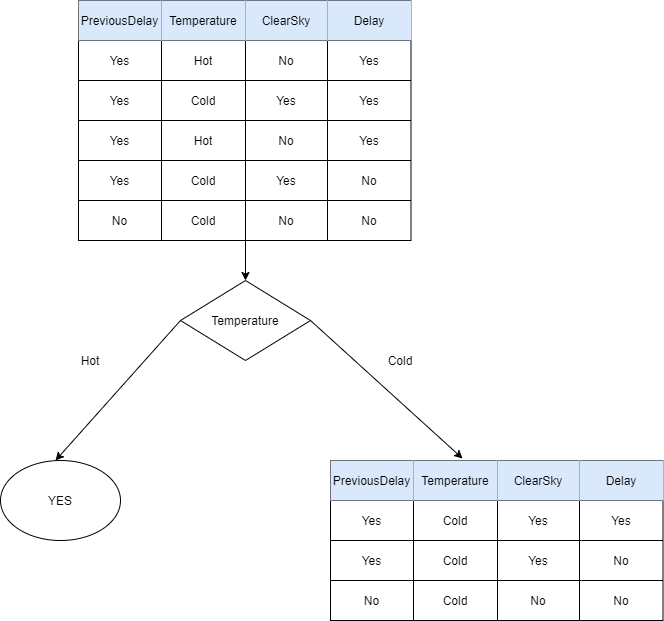
Above: toyexample_decisiontree_2.png in drminix/images (draw.io), before the change. Source tidied: cells renumbered, new cells last; positions are measured from the earlier drawing's top-left corner, leaving out a move shared by most shapes.
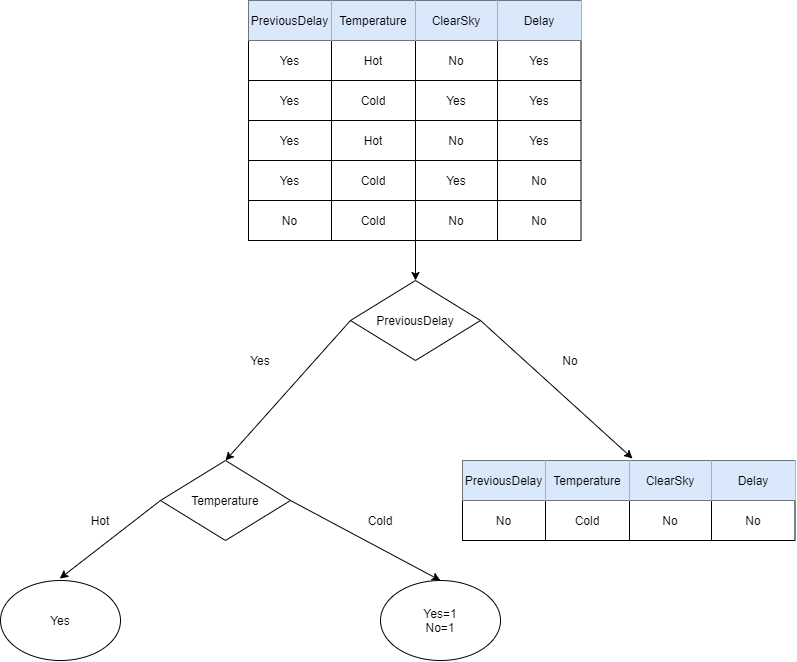
Above is the later version.

Diff of the diagram source:
```diff
@@ -7,23 +7,21 @@
         <mxPoint x="245" y="200" as="sourcePoint" />
       </mxGeometry>
     </mxCell>
-    <mxCell id="3" value="Temperature" style="rhombus;whiteSpace=wrap;html=1;" parent="1" vertex="1">
+    <mxCell id="3" value="PreviousDelay" style="rhombus;whiteSpace=wrap;html=1;" parent="1" vertex="1">
       <mxGeometry x="180" y="280" width="130" height="80" as="geometry" />
     </mxCell>
-    <mxCell id="4" style="endArrow=classic;html=1;exitX=0;exitY=0.5;exitDx=0;exitDy=0;entryX=0.5;entryY=0;entryDx=0;entryDy=0;" parent="1" edge="1" source="3">
-      <mxGeometry relative="1" as="geometry">
-        <mxPoint x="55" y="460" as="targetPoint" />
-      </mxGeometry>
+    <mxCell id="4" style="endArrow=classic;html=1;exitX=0;exitY=0.5;exitDx=0;exitDy=0;entryX=0.5;entryY=0;entryDx=0;entryDy=0;" parent="1" edge="1" source="3" target="64">
+      <mxGeometry relative="1" as="geometry" />
     </mxCell>
     <mxCell id="5" style="endArrow=classic;html=1;exitX=1;exitY=0.5;exitDx=0;exitDy=0;entryX=0.491;entryY=-0.05;entryDx=0;entryDy=0;entryPerimeter=0;" parent="1" edge="1" source="3">
       <mxGeometry relative="1" as="geometry">
         <mxPoint x="462" y="458" as="targetPoint" />
       </mxGeometry>
     </mxCell>
-    <mxCell id="6" value="Hot" style="text;html=1;strokeColor=none;fillColor=none;align=center;verticalAlign=middle;whiteSpace=wrap;rounded=0;" parent="1" vertex="1">
+    <mxCell id="6" value="Yes" style="text;html=1;strokeColor=none;fillColor=none;align=center;verticalAlign=middle;whiteSpace=wrap;rounded=0;" parent="1" vertex="1">
       <mxGeometry x="70" y="350" width="40" height="20" as="geometry" />
     </mxCell>
-    <mxCell id="7" value="Cold" style="text;html=1;strokeColor=none;fillColor=none;align=center;verticalAlign=middle;whiteSpace=wrap;rounded=0;" parent="1" vertex="1">
+    <mxCell id="7" value="No" style="text;html=1;strokeColor=none;fillColor=none;align=center;verticalAlign=middle;whiteSpace=wrap;rounded=0;" parent="1" vertex="1">
       <mxGeometry x="380" y="350" width="40" height="20" as="geometry" />
     </mxCell>
     <mxCell id="8" style="shape=table;html=1;whiteSpace=wrap;startSize=0;" parent="1" vertex="1">
@@ -119,10 +117,10 @@
     <mxCell id="38" value="No" style="shape=partialRectangle;html=1;whiteSpace=wrap;overflow=hidden;fillColor=none;top=0;left=0;bottom=0;right=0;" parent="34" vertex="1">
       <mxGeometry x="249" width="84" height="40" as="geometry" />
     </mxCell>
-    <mxCell id="39" style="shape=table;html=1;whiteSpace=wrap;startSize=0;" parent="1" vertex="1">
-      <mxGeometry x="330" y="460" width="332.5" height="160" as="geometry" />
-    </mxCell>
+    <mxCell id="61" style="shape=table;html=1;whiteSpace=wrap;startSize=0;" parent="1" vertex="1">
+      <mxGeometry x="292" y="460" width="332.5" height="80" as="geometry" />
+    </mxCell>
-    <mxCell id="40" style="shape=partialRectangle;html=1;whiteSpace=wrap;fillColor=none;top=0;left=0;bottom=0;right=0;" parent="39" vertex="1">
+    <mxCell id="40" style="shape=partialRectangle;html=1;whiteSpace=wrap;fillColor=none;top=0;left=0;bottom=0;right=0;" parent="61" vertex="1">
       <mxGeometry width="332.5" height="40" as="geometry" />
     </mxCell>
     <mxCell id="41" value="PreviousDelay" style="shape=partialRectangle;html=1;whiteSpace=wrap;overflow=hidden;fillColor=#dae8fc;top=0;left=0;bottom=0;right=0;strokeColor=#6c8ebf;" parent="40" vertex="1">
@@ -137,53 +135,45 @@
     <mxCell id="44" value="Delay" style="shape=partialRectangle;html=1;whiteSpace=wrap;overflow=hidden;fillColor=#dae8fc;top=0;left=0;bottom=0;right=0;strokeColor=#6c8ebf;" parent="40" vertex="1">
       <mxGeometry x="249" width="84" height="40" as="geometry" />
     </mxCell>
-    <mxCell id="45" style="shape=partialRectangle;html=1;whiteSpace=wrap;fillColor=none;top=0;left=0;bottom=0;right=0;" parent="39" vertex="1">
+    <mxCell id="45" style="shape=partialRectangle;html=1;whiteSpace=wrap;fillColor=none;top=0;left=0;bottom=0;right=0;" parent="61" vertex="1">
       <mxGeometry y="40" width="332.5" height="40" as="geometry" />
     </mxCell>
-    <mxCell id="46" value="Yes" style="shape=partialRectangle;html=1;whiteSpace=wrap;overflow=hidden;fillColor=none;top=0;left=0;bottom=0;right=0;" parent="45" vertex="1">
-      <mxGeometry width="83" height="40" as="geometry" />
-    </mxCell>
-    <mxCell id="47" value="Cold" style="shape=partialRectangle;html=1;whiteSpace=wrap;overflow=hidden;fillColor=none;top=0;left=0;bottom=0;right=0;" parent="45" vertex="1">
-      <mxGeometry x="83" width="84" height="40" as="geometry" />
-    </mxCell>
-    <mxCell id="48" value="Yes" style="shape=partialRectangle;html=1;whiteSpace=wrap;overflow=hidden;fillColor=none;top=0;left=0;bottom=0;right=0;" parent="45" vertex="1">
-      <mxGeometry x="167" width="82" height="40" as="geometry" />
-    </mxCell>
-    <mxCell id="49" value="Yes" style="shape=partialRectangle;html=1;whiteSpace=wrap;overflow=hidden;fillColor=none;top=0;left=0;bottom=0;right=0;" parent="45" vertex="1">
-      <mxGeometry x="249" width="84" height="40" as="geometry" />
-    </mxCell>
-    <mxCell id="50" style="shape=partialRectangle;html=1;whiteSpace=wrap;fillColor=none;top=0;left=0;bottom=0;right=0;" parent="39" vertex="1">
-      <mxGeometry y="80" width="332.5" height="40" as="geometry" />
-    </mxCell>
-    <mxCell id="51" value="Yes" style="shape=partialRectangle;html=1;whiteSpace=wrap;overflow=hidden;fillColor=none;top=0;left=0;bottom=0;right=0;" parent="50" vertex="1">
-      <mxGeometry width="83" height="40" as="geometry" />
-    </mxCell>
-    <mxCell id="52" value="Cold" style="shape=partialRectangle;html=1;whiteSpace=wrap;overflow=hidden;fillColor=none;top=0;left=0;bottom=0;right=0;" parent="50" vertex="1">
-      <mxGeometry x="83" width="84" height="40" as="geometry" />
-    </mxCell>
-    <mxCell id="53" value="Yes" style="shape=partialRectangle;html=1;whiteSpace=wrap;overflow=hidden;fillColor=none;top=0;left=0;bottom=0;right=0;" parent="50" vertex="1">
-      <mxGeometry x="167" width="82" height="40" as="geometry" />
-    </mxCell>
-    <mxCell id="54" value="No" style="shape=partialRectangle;html=1;whiteSpace=wrap;overflow=hidden;fillColor=none;top=0;left=0;bottom=0;right=0;" parent="50" vertex="1">
-      <mxGeometry x="249" width="84" height="40" as="geometry" />
-    </mxCell>
-    <mxCell id="55" style="shape=partialRectangle;html=1;whiteSpace=wrap;fillColor=none;top=0;left=0;bottom=0;right=0;" parent="39" vertex="1">
-      <mxGeometry y="120" width="332.5" height="40" as="geometry" />
-    </mxCell>
-    <mxCell id="56" value="No" style="shape=partialRectangle;html=1;whiteSpace=wrap;overflow=hidden;fillColor=none;top=0;left=0;bottom=0;right=0;" parent="55" vertex="1">
+    <mxCell id="56" value="No" style="shape=partialRectangle;html=1;whiteSpace=wrap;overflow=hidden;fillColor=none;top=0;left=0;bottom=0;right=0;" parent="45" vertex="1">
       <mxGeometry width="83" height="40" as="geometry" />
     </mxCell>
-    <mxCell id="57" value="Cold" style="shape=partialRectangle;html=1;whiteSpace=wrap;overflow=hidden;fillColor=none;top=0;left=0;bottom=0;right=0;" parent="55" vertex="1">
-      <mxGeometry x="83" width="84" height="40" as="geometry" />
-    </mxCell>
+    <mxCell id="62" value="Cold" style="shape=partialRectangle;html=1;whiteSpace=wrap;overflow=hidden;fillColor=none;top=0;left=0;bottom=0;right=0;" parent="45" vertex="1">
+      <mxGeometry x="83" width="84" height="40" as="geometry" />
+    </mxCell>
-    <mxCell id="58" value="No" style="shape=partialRectangle;html=1;whiteSpace=wrap;overflow=hidden;fillColor=none;top=0;left=0;bottom=0;right=0;" parent="55" vertex="1">
+    <mxCell id="58" value="No" style="shape=partialRectangle;html=1;whiteSpace=wrap;overflow=hidden;fillColor=none;top=0;left=0;bottom=0;right=0;" parent="45" vertex="1">
       <mxGeometry x="167" width="82" height="40" as="geometry" />
     </mxCell>
-    <mxCell id="59" value="No" style="shape=partialRectangle;html=1;whiteSpace=wrap;overflow=hidden;fillColor=none;top=0;left=0;bottom=0;right=0;" parent="55" vertex="1">
-      <mxGeometry x="249" width="84" height="40" as="geometry" />
-    </mxCell>
-    <mxCell id="60" value="YES" style="ellipse;whiteSpace=wrap;html=1;" parent="1" vertex="1">
-      <mxGeometry y="460" width="120" height="80" as="geometry" />
-    </mxCell>
+    <mxCell id="63" value="No" style="shape=partialRectangle;html=1;whiteSpace=wrap;overflow=hidden;fillColor=none;top=0;left=0;bottom=0;right=0;" parent="45" vertex="1">
+      <mxGeometry x="249" width="84" height="40" as="geometry" />
+    </mxCell>
+    <mxCell id="64" value="Temperature" style="rhombus;whiteSpace=wrap;html=1;" parent="1" vertex="1">
+      <mxGeometry x="-10" y="460" width="130" height="80" as="geometry" />
+    </mxCell>
+    <mxCell id="65" style="endArrow=classic;html=1;exitX=0;exitY=0.5;exitDx=0;exitDy=0;entryX=0.509;entryY=-0.047;entryDx=0;entryDy=0;entryPerimeter=0;" parent="1" edge="1" source="64">
+      <mxGeometry relative="1" as="geometry">
+        <mxPoint x="-110.8" y="578.1" as="targetPoint" />
+      </mxGeometry>
+    </mxCell>
+    <mxCell id="66" style="endArrow=classic;html=1;exitX=1;exitY=0.5;exitDx=0;exitDy=0;entryX=0.511;entryY=0;entryDx=0;entryDy=0;entryPerimeter=0;" parent="1" edge="1" source="64">
+      <mxGeometry relative="1" as="geometry">
+        <mxPoint x="269.9" y="580" as="targetPoint" />
+      </mxGeometry>
+    </mxCell>
+    <mxCell id="67" value="Yes" style="ellipse;whiteSpace=wrap;html=1;" parent="1" vertex="1">
+      <mxGeometry x="-170" y="580" width="120" height="80" as="geometry" />
+    </mxCell>
+    <mxCell id="68" value="Hot" style="text;html=1;strokeColor=none;fillColor=none;align=center;verticalAlign=middle;whiteSpace=wrap;rounded=0;" parent="1" vertex="1">
+      <mxGeometry x="-90" y="510" width="40" height="20" as="geometry" />
+    </mxCell>
+    <mxCell id="69" value="Cold" style="text;html=1;strokeColor=none;fillColor=none;align=center;verticalAlign=middle;whiteSpace=wrap;rounded=0;" parent="1" vertex="1">
+      <mxGeometry x="190" y="510" width="40" height="20" as="geometry" />
+    </mxCell>
+    <mxCell id="70" value="Yes=1&lt;br&gt;No=1" style="ellipse;whiteSpace=wrap;html=1;" parent="1" vertex="1">
+      <mxGeometry x="210" y="580" width="120" height="80" as="geometry" />
+    </mxCell>
   </root>
 </mxGraphModel>
```
